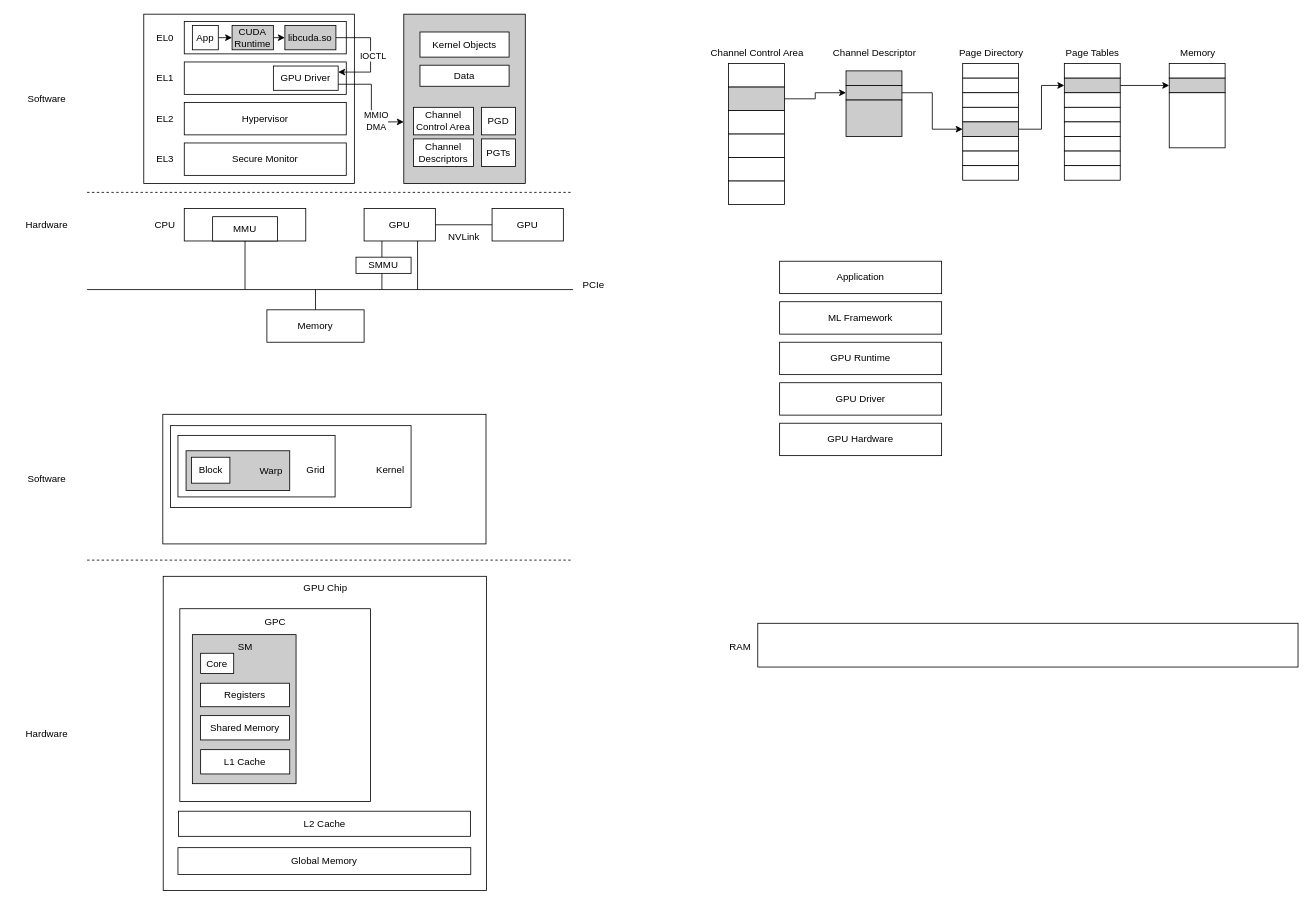
Above: gpu.drawio in qianfei11/draw.io (draw.io), before the change. Source tidied: cells renumbered, new cells numbered last; positions are measured from the earlier drawing's top-left corner, leaving out a move shared by most shapes. Both pictures are drawn from the tidied source at 81%, with x=0, y=0 at pixel (14, 14).
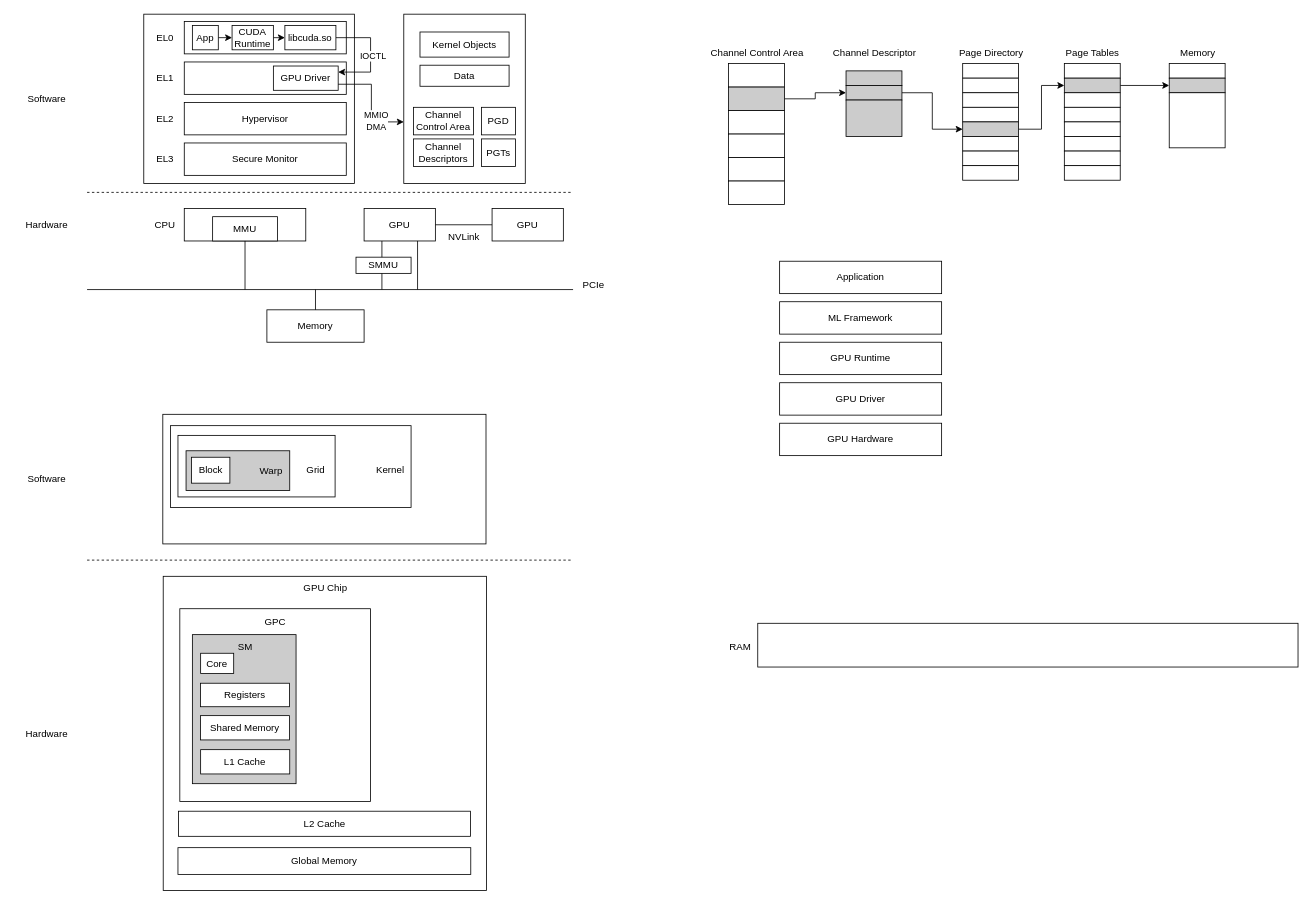
Above is the later version.

Change to the diagram source:
```diff
@@
-    <mxCell id="5" style="rounded=0;whiteSpace=wrap;html=1;fillColor=#CCCCCC;" parent="1" vertex="1">
+    <mxCell id="5" style="rounded=0;whiteSpace=wrap;html=1;fillColor=#FFFFFF;" parent="1" vertex="1">
       <mxGeometry x="481" width="150" height="209" as="geometry" />
     </mxCell>
@@
-    <mxCell id="38" value="CUDA Runtime" style="rounded=0;whiteSpace=wrap;html=1;fillStyle=auto;fillColor=#CCCCCC;" parent="1" vertex="1">
+    <mxCell id="38" value="CUDA Runtime" style="rounded=0;whiteSpace=wrap;html=1;fillStyle=auto;fillColor=#FFFFFF;" parent="1" vertex="1">
       <mxGeometry x="269" y="14" width="51" height="30" as="geometry" />
     </mxCell>
@@
-    <mxCell id="102" value="libcuda.so" style="rounded=0;whiteSpace=wrap;html=1;fillStyle=auto;fillColor=#CCCCCC;" parent="1" vertex="1">
+    <mxCell id="102" value="libcuda.so" style="rounded=0;whiteSpace=wrap;html=1;fillStyle=auto;fillColor=#FFFFFF;" parent="1" vertex="1">
       <mxGeometry x="334.2" y="14" width="63" height="30" as="geometry" />
     </mxCell>
```
